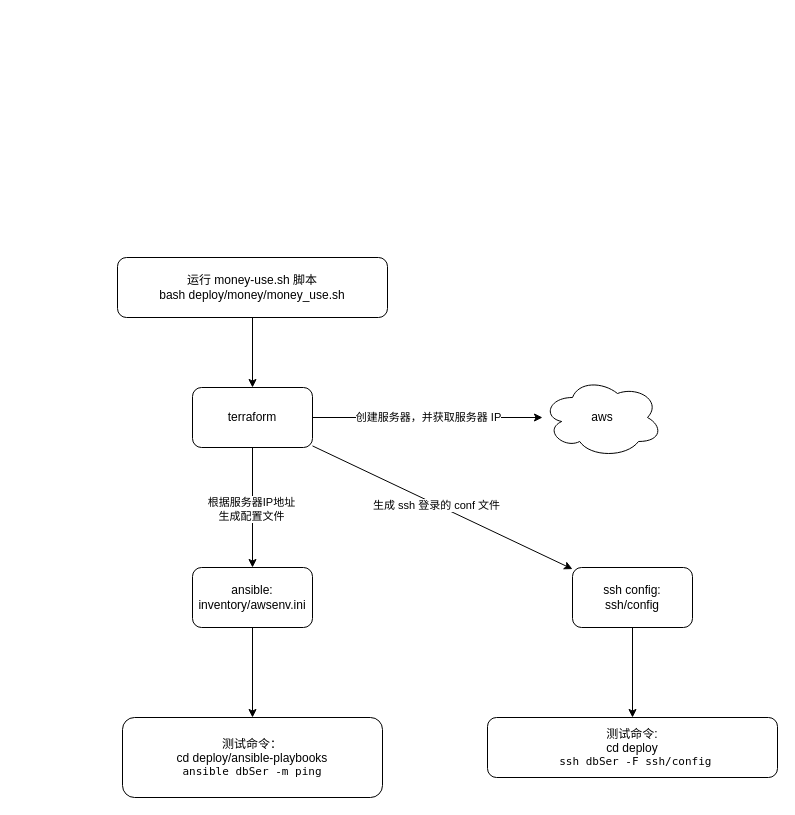
Above: _docs/architect/autoDeploy.drawio in ruandao/distribute-im-gateway (draw.io), before the change. Source tidied: cells renumbered, new cells numbered last; positions are measured from the earlier drawing's top-left corner, leaving out a move shared by most shapes. Both pictures are drawn from the tidied source at 100%, with x=0, y=0 at pixel (117, 257).
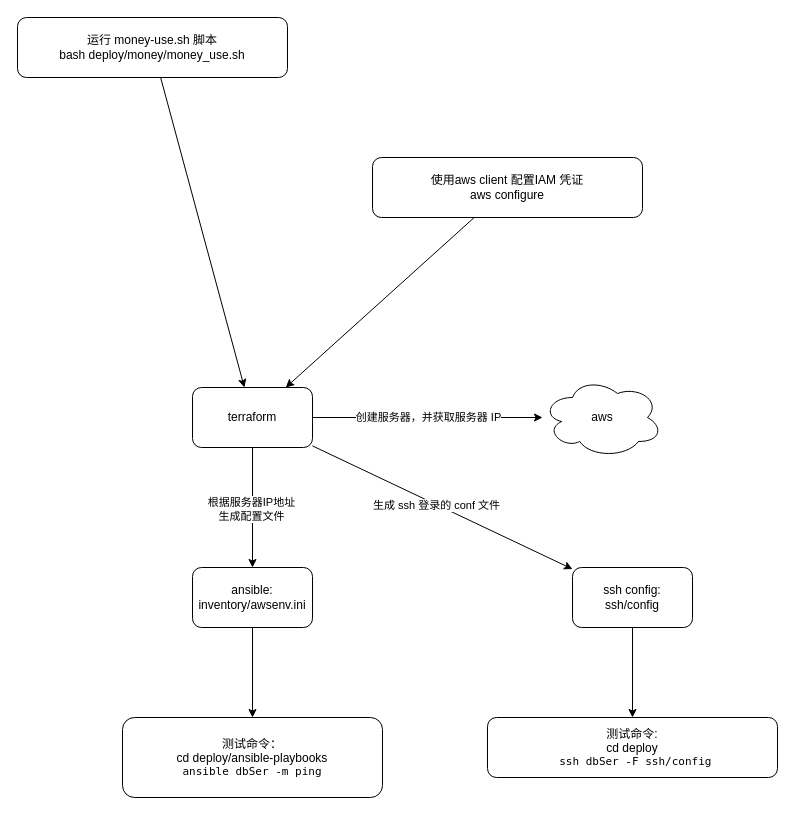
The same diagram, later.

Diff of the diagram source:
```diff
@@
 <mxGraphModel>
   <root>
     <mxCell id="0" />
     <mxCell id="1" parent="0" />
     <mxCell id="2" style="edgeStyle=none;html=1;" parent="1" edge="1" source="8" target="9">
       <mxGeometry relative="1" as="geometry" />
     </mxCell>
     <mxCell id="3" value="创建服务器，并获取服务器 IP" style="edgeLabel;html=1;align=center;verticalAlign=middle;" parent="2" vertex="1">
       <mxGeometry y="1" relative="1" as="geometry" />
     </mxCell>
     <mxCell id="4" style="edgeStyle=none;html=1;" parent="1" edge="1" source="8" target="11">
       <mxGeometry relative="1" as="geometry" />
     </mxCell>
     <mxCell id="5" value="根据服务器IP地址&lt;br&gt;生成配置文件" style="edgeLabel;html=1;align=center;verticalAlign=middle;" parent="4" vertex="1">
       <mxGeometry x="0.01" y="-2" relative="1" as="geometry" />
     </mxCell>
     <mxCell id="6" style="edgeStyle=none;html=1;" parent="1" edge="1" source="8" target="14">
       <mxGeometry relative="1" as="geometry" />
     </mxCell>
     <mxCell id="7" value="生成 ssh 登录的 conf 文件" style="edgeLabel;html=1;align=center;verticalAlign=middle;" parent="6" vertex="1">
       <mxGeometry x="-0.05" relative="1" as="geometry" />
     </mxCell>
     <mxCell id="8" value="terraform" style="rounded=1;whiteSpace=wrap;html=1;" parent="1" vertex="1">
       <mxGeometry x="75" y="130" width="120" height="60" as="geometry" />
     </mxCell>
     <mxCell id="9" value="aws" style="ellipse;shape=cloud;whiteSpace=wrap;html=1;" parent="1" vertex="1">
       <mxGeometry x="425" y="120" width="120" height="80" as="geometry" />
     </mxCell>
     <mxCell id="10" style="edgeStyle=none;html=1;" parent="1" edge="1" source="11" target="12">
       <mxGeometry relative="1" as="geometry" />
     </mxCell>
     <mxCell id="11" value="ansible: inventory/awsenv.ini" style="rounded=1;whiteSpace=wrap;html=1;" parent="1" vertex="1">
       <mxGeometry x="75" y="310" width="120" height="60" as="geometry" />
     </mxCell>
     <mxCell id="12" value="测试命令：&lt;br&gt;cd deploy/ansible-playbooks&lt;br&gt;&lt;div&gt;&lt;p style=&quot;margin: 0px; font-variant-numeric: normal; font-variant-east-asian: normal; font-variant-alternates: normal; font-size-adjust: none; font-kerning: auto; font-optical-sizing: auto; font-feature-settings: normal; font-variation-settings: normal; font-variant-position: normal; font-variant-emoji: normal; font-stretch: normal; font-size: 11px; line-height: normal; font-family: Menlo; color: rgb(0, 0, 0); text-align: start;&quot; class=&quot;p1&quot;&gt;&lt;span style=&quot;font-variant-ligatures: no-common-ligatures;&quot; class=&quot;s1&quot;&gt;&lt;span class=&quot;Apple-converted-space&quot;&gt;&amp;nbsp;&lt;/span&gt;ansible dbSer -m ping&lt;span class=&quot;Apple-converted-space&quot;&gt;&amp;nbsp;&lt;/span&gt;&lt;/span&gt;&lt;/p&gt;&lt;/div&gt;" style="rounded=1;whiteSpace=wrap;html=1;" parent="1" vertex="1">
       <mxGeometry x="5" y="460" width="260" height="80" as="geometry" />
     </mxCell>
     <mxCell id="13" style="edgeStyle=none;html=1;" parent="1" edge="1" source="14" target="15">
       <mxGeometry relative="1" as="geometry" />
     </mxCell>
     <mxCell id="14" value="ssh config:&lt;br&gt;ssh/config" style="rounded=1;whiteSpace=wrap;html=1;" parent="1" vertex="1">
       <mxGeometry x="455" y="310" width="120" height="60" as="geometry" />
     </mxCell>
     <mxCell id="15" value="测试命令:&lt;br&gt;cd deploy&lt;br&gt;&lt;p style=&quot;margin: 0px; font-variant-numeric: normal; font-variant-east-asian: normal; font-variant-alternates: normal; font-size-adjust: none; font-kerning: auto; font-optical-sizing: auto; font-feature-settings: normal; font-variation-settings: normal; font-variant-position: normal; font-variant-emoji: normal; font-stretch: normal; font-size: 11px; line-height: normal; font-family: Menlo; color: rgb(0, 0, 0); text-align: start;&quot; class=&quot;p1&quot;&gt;&lt;span style=&quot;font-variant-ligatures: no-common-ligatures;&quot; class=&quot;s1&quot;&gt;&lt;span class=&quot;Apple-converted-space&quot;&gt;&amp;nbsp;&lt;/span&gt;ssh dbSer -F ssh/config&lt;/span&gt;&lt;/p&gt;" style="rounded=1;whiteSpace=wrap;html=1;" parent="1" vertex="1">
       <mxGeometry x="370" y="460" width="290" height="60" as="geometry" />
     </mxCell>
     <mxCell id="16" style="edgeStyle=none;html=1;" parent="1" edge="1" source="17" target="8">
       <mxGeometry relative="1" as="geometry" />
     </mxCell>
     <mxCell id="17" value="运行 money-use.sh 脚本&lt;br&gt;bash deploy/money/money_use.sh" style="rounded=1;whiteSpace=wrap;html=1;" parent="1" vertex="1">
-      <mxGeometry width="270" height="60" as="geometry" />
+      <mxGeometry x="-100" y="-240" width="270" height="60" as="geometry" />
     </mxCell>
+    <mxCell id="18" style="edgeStyle=none;html=1;" parent="1" edge="1" source="19" target="8">
+      <mxGeometry relative="1" as="geometry" />
+    </mxCell>
+    <mxCell id="19" value="使用aws client 配置IAM 凭证&lt;div&gt;aws configure&lt;/div&gt;" style="rounded=1;whiteSpace=wrap;html=1;" parent="1" vertex="1">
+      <mxGeometry x="255" y="-100" width="270" height="60" as="geometry" />
+    </mxCell>
   </root>
 </mxGraphModel>
```
